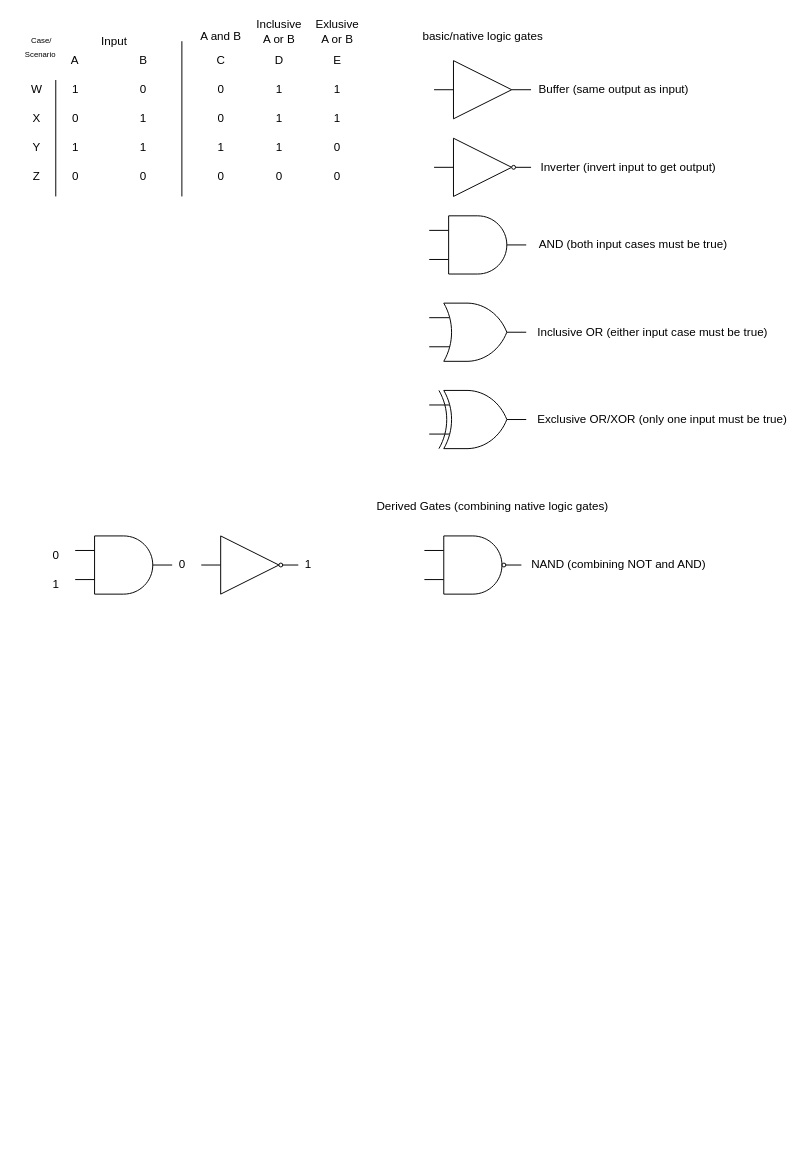
This is CSCS1200 Notes.drawio from patrick965/CSCS1200S21, a draw.io file, before an edit. Source tidied: cells renumbered, new cells numbered last; positions are measured from the earlier drawing's top-left corner, leaving out a move shared by most shapes. Both pictures are drawn from the tidied source at 97%, with x=0, y=0 at pixel (16, 16).
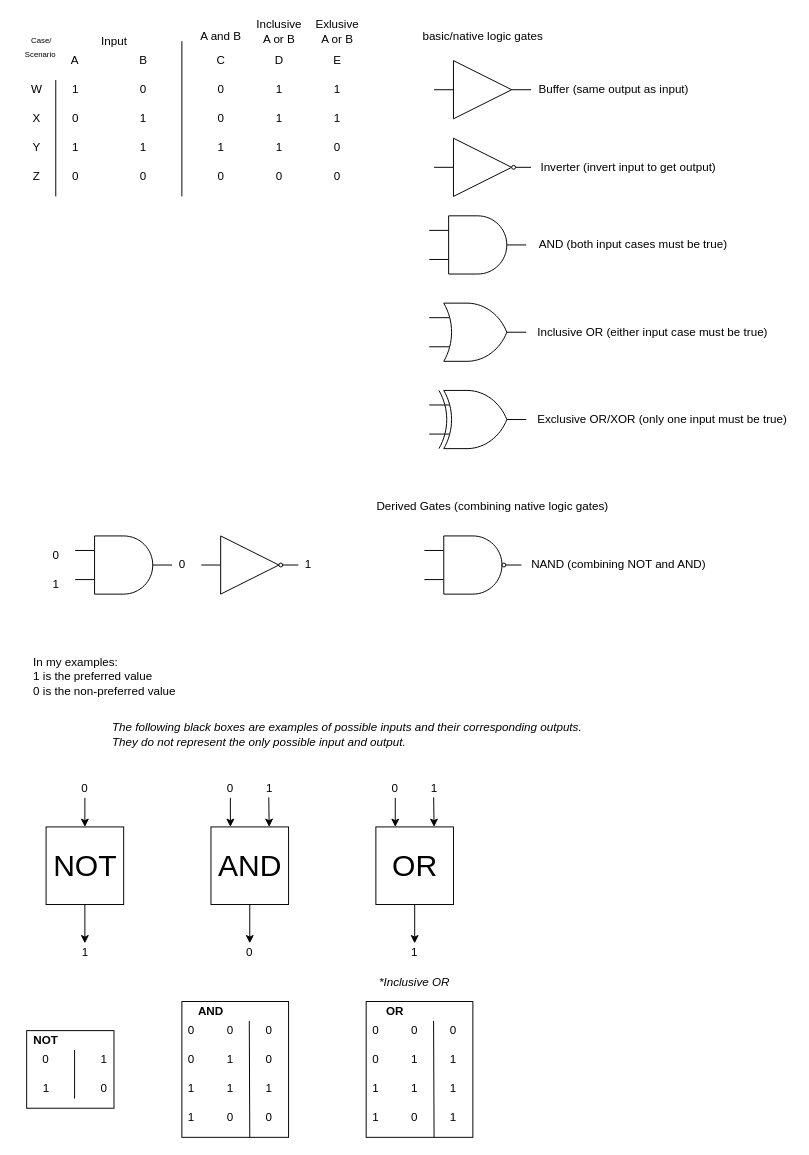
The same page after the edit.

Commit message:
Added black box and truth tables for 02/15/21 demo

Diff of the diagram source:
```diff
@@
+    <mxCell id="58" style="rounded=0;whiteSpace=wrap;html=1;" parent="1" vertex="1">
+      <mxGeometry x="10" y="1045" width="90" height="80" as="geometry" />
+    </mxCell>
+    <mxCell id="59" style="rounded=0;whiteSpace=wrap;html=1;" parent="1" vertex="1">
+      <mxGeometry x="170" y="1015" width="110" height="140" as="geometry" />
+    </mxCell>
+    <mxCell id="60" value="0" style="text;html=1;strokeColor=none;fillColor=none;align=center;verticalAlign=middle;whiteSpace=wrap;rounded=0;" parent="1" vertex="1">
+      <mxGeometry x="200" y="1125" width="40" height="20" as="geometry" />
+    </mxCell>
+    <mxCell id="61" style="whiteSpace=wrap;html=1;" parent="1" vertex="1">
+      <mxGeometry x="30" y="835" width="80" height="80" as="geometry" />
+    </mxCell>
@@
+    <mxCell id="62" value="&lt;font style=&quot;font-size: 31px&quot;&gt;NOT&lt;/font&gt;" style="text;html=1;align=center;verticalAlign=middle;" parent="1" vertex="1">
+      <mxGeometry x="30" y="860" width="80" height="30" as="geometry" />
+    </mxCell>
+    <mxCell id="63" value="&lt;div style=&quot;text-align: left&quot;&gt;&lt;span&gt;In my examples:&lt;/span&gt;&lt;/div&gt;&lt;div style=&quot;text-align: left&quot;&gt;&lt;span&gt;1 is the preferred value&lt;/span&gt;&lt;/div&gt;0 is the non-preferred value" style="text;html=1;align=center;verticalAlign=middle;" parent="1" vertex="1">
+      <mxGeometry x="10" y="655" width="160" height="50" as="geometry" />
+    </mxCell>
+    <mxCell id="64" value="0" style="text;html=1;strokeColor=none;fillColor=none;align=center;verticalAlign=middle;whiteSpace=wrap;rounded=0;" parent="1" vertex="1">
+      <mxGeometry x="50" y="785" width="40" height="20" as="geometry" />
+    </mxCell>
+    <mxCell id="65" style="endArrow=classic;html=1;exitX=0.5;exitY=1;exitDx=0;exitDy=0;entryX=0.5;entryY=0;entryDx=0;entryDy=0;" parent="1" edge="1" source="64" target="61">
+      <mxGeometry relative="1" as="geometry" />
+    </mxCell>
+    <mxCell id="66" style="endArrow=classic;html=1;exitX=0.5;exitY=1;exitDx=0;exitDy=0;" parent="1" edge="1" source="61">
+      <mxGeometry relative="1" as="geometry">
+        <mxPoint x="70" y="955" as="targetPoint" />
+      </mxGeometry>
+    </mxCell>
+    <mxCell id="67" value="1" style="text;html=1;align=center;verticalAlign=middle;" parent="1" vertex="1">
+      <mxGeometry x="60" y="955" width="20" height="20" as="geometry" />
+    </mxCell>
+    <mxCell id="68" style="whiteSpace=wrap;html=1;" parent="1" vertex="1">
+      <mxGeometry x="200" y="835" width="80" height="80" as="geometry" />
+    </mxCell>
+    <mxCell id="69" value="&lt;font style=&quot;font-size: 31px&quot;&gt;AND&lt;/font&gt;" style="text;html=1;align=center;verticalAlign=middle;" parent="1" vertex="1">
+      <mxGeometry x="200" y="860" width="80" height="30" as="geometry" />
+    </mxCell>
+    <mxCell id="70" value="0" style="text;html=1;strokeColor=none;fillColor=none;align=center;verticalAlign=middle;whiteSpace=wrap;rounded=0;" parent="1" vertex="1">
+      <mxGeometry x="200" y="785" width="40" height="20" as="geometry" />
+    </mxCell>
+    <mxCell id="71" value="1" style="text;html=1;align=center;verticalAlign=middle;points=[];" parent="1" vertex="1">
+      <mxGeometry x="250" y="785" width="20" height="20" as="geometry" />
+    </mxCell>
+    <mxCell id="72" style="endArrow=classic;html=1;exitX=0.5;exitY=1;exitDx=0;exitDy=0;entryX=0.25;entryY=0;entryDx=0;entryDy=0;" parent="1" edge="1" source="70" target="68">
+      <mxGeometry relative="1" as="geometry" />
+    </mxCell>
+    <mxCell id="73" style="endArrow=classic;html=1;exitX=0.479;exitY=0.979;exitDx=0;exitDy=0;exitPerimeter=0;entryX=0.75;entryY=0;entryDx=0;entryDy=0;" parent="1" edge="1" source="71" target="68">
+      <mxGeometry relative="1" as="geometry" />
+    </mxCell>
+    <mxCell id="74" style="endArrow=classic;html=1;exitX=0.5;exitY=1;exitDx=0;exitDy=0;" parent="1" edge="1" source="68">
+      <mxGeometry relative="1" as="geometry">
+        <mxPoint x="240" y="955" as="targetPoint" />
+      </mxGeometry>
+    </mxCell>
+    <mxCell id="75" value="0" style="text;html=1;strokeColor=none;fillColor=none;align=center;verticalAlign=middle;whiteSpace=wrap;rounded=0;" parent="1" vertex="1">
+      <mxGeometry x="220" y="955" width="40" height="20" as="geometry" />
+    </mxCell>
+    <mxCell id="76" style="whiteSpace=wrap;html=1;" parent="1" vertex="1">
+      <mxGeometry x="370" y="835" width="80" height="80" as="geometry" />
+    </mxCell>
+    <mxCell id="77" value="&lt;font style=&quot;font-size: 31px&quot;&gt;OR&lt;/font&gt;" style="text;html=1;align=center;verticalAlign=middle;" parent="1" vertex="1">
+      <mxGeometry x="380" y="860" width="60" height="30" as="geometry" />
+    </mxCell>
+    <mxCell id="78" value="0" style="text;html=1;strokeColor=none;fillColor=none;align=center;verticalAlign=middle;whiteSpace=wrap;rounded=0;" parent="1" vertex="1">
+      <mxGeometry x="370" y="785" width="40" height="20" as="geometry" />
+    </mxCell>
+    <mxCell id="79" value="1" style="text;html=1;align=center;verticalAlign=middle;points=[];" parent="1" vertex="1">
+      <mxGeometry x="420" y="785" width="20" height="20" as="geometry" />
+    </mxCell>
+    <mxCell id="80" style="endArrow=classic;html=1;exitX=0.5;exitY=1;exitDx=0;exitDy=0;entryX=0.25;entryY=0;entryDx=0;entryDy=0;" parent="1" edge="1" source="78" target="76">
+      <mxGeometry relative="1" as="geometry" />
+    </mxCell>
+    <mxCell id="81" style="endArrow=classic;html=1;exitX=0.479;exitY=0.979;exitDx=0;exitDy=0;exitPerimeter=0;entryX=0.75;entryY=0;entryDx=0;entryDy=0;" parent="1" edge="1" source="79" target="76">
+      <mxGeometry relative="1" as="geometry" />
+    </mxCell>
+    <mxCell id="82" style="endArrow=classic;html=1;exitX=0.5;exitY=1;exitDx=0;exitDy=0;" parent="1" edge="1" source="76">
+      <mxGeometry relative="1" as="geometry">
+        <mxPoint x="410" y="955" as="targetPoint" />
+      </mxGeometry>
+    </mxCell>
+    <mxCell id="83" value="1" style="text;html=1;strokeColor=none;fillColor=none;align=center;verticalAlign=middle;whiteSpace=wrap;rounded=0;" parent="1" vertex="1">
+      <mxGeometry x="390" y="955" width="40" height="20" as="geometry" />
+    </mxCell>
+    <mxCell id="84" value="&lt;div style=&quot;text-align: left&quot;&gt;&lt;i&gt;The following black boxes are examples of possible inputs and&amp;nbsp;&lt;/i&gt;&lt;i&gt;their corresponding outputs.&lt;/i&gt;&lt;/div&gt;&lt;i&gt;&lt;div style=&quot;text-align: left&quot;&gt;&lt;i&gt;They do not represent the only possible input and output.&lt;/i&gt;&lt;/div&gt;&lt;/i&gt;" style="text;html=1;align=center;verticalAlign=middle;" parent="1" vertex="1">
+      <mxGeometry x="90" y="725" width="500" height="30" as="geometry" />
+    </mxCell>
+    <mxCell id="85" value="0" style="text;html=1;strokeColor=none;fillColor=none;align=center;verticalAlign=middle;whiteSpace=wrap;rounded=0;" parent="1" vertex="1">
+      <mxGeometry x="10" y="1065" width="40" height="20" as="geometry" />
+    </mxCell>
+    <mxCell id="86" style="endArrow=none;html=1;" parent="1" edge="1">
+      <mxGeometry relative="1" as="geometry">
+        <mxPoint x="59.4" y="1065" as="sourcePoint" />
+        <mxPoint x="59.4" y="1115" as="targetPoint" />
+      </mxGeometry>
+    </mxCell>
+    <mxCell id="87" value="&lt;b&gt;NOT&lt;/b&gt;" style="text;html=1;strokeColor=none;fillColor=none;align=center;verticalAlign=middle;whiteSpace=wrap;rounded=0;" parent="1" vertex="1">
+      <mxGeometry x="10" y="1045" width="40" height="20" as="geometry" />
+    </mxCell>
+    <mxCell id="88" value="1" style="text;html=1;strokeColor=none;fillColor=none;align=center;verticalAlign=middle;whiteSpace=wrap;rounded=0;" parent="1" vertex="1">
+      <mxGeometry x="70" y="1065" width="40" height="20" as="geometry" />
+    </mxCell>
+    <mxCell id="89" value="1" style="text;html=1;align=center;verticalAlign=middle;" parent="1" vertex="1">
+      <mxGeometry x="20" y="1095" width="20" height="20" as="geometry" />
+    </mxCell>
+    <mxCell id="90" value="0" style="text;html=1;strokeColor=none;fillColor=none;align=center;verticalAlign=middle;whiteSpace=wrap;rounded=0;" parent="1" vertex="1">
+      <mxGeometry x="70" y="1095" width="40" height="20" as="geometry" />
+    </mxCell>
+    <mxCell id="91" value="0" style="text;html=1;strokeColor=none;fillColor=none;align=center;verticalAlign=middle;whiteSpace=wrap;rounded=0;" parent="1" vertex="1">
+      <mxGeometry x="160" y="1035" width="40" height="20" as="geometry" />
+    </mxCell>
+    <mxCell id="92" value="0" style="text;html=1;strokeColor=none;fillColor=none;align=center;verticalAlign=middle;whiteSpace=wrap;rounded=0;" parent="1" vertex="1">
+      <mxGeometry x="200" y="1035" width="40" height="20" as="geometry" />
+    </mxCell>
+    <mxCell id="93" style="endArrow=none;html=1;" parent="1" edge="1">
+      <mxGeometry relative="1" as="geometry">
+        <mxPoint x="239.5" y="1035" as="sourcePoint" />
+        <mxPoint x="240" y="1155" as="targetPoint" />
+      </mxGeometry>
+    </mxCell>
+    <mxCell id="94" value="&lt;b&gt;AND&lt;/b&gt;" style="text;html=1;strokeColor=none;fillColor=none;align=center;verticalAlign=middle;whiteSpace=wrap;rounded=0;" parent="1" vertex="1">
+      <mxGeometry x="180" y="1015" width="40" height="20" as="geometry" />
+    </mxCell>
+    <mxCell id="95" value="0" style="text;html=1;strokeColor=none;fillColor=none;align=center;verticalAlign=middle;whiteSpace=wrap;rounded=0;" parent="1" vertex="1">
+      <mxGeometry x="240" y="1035" width="40" height="20" as="geometry" />
+    </mxCell>
+    <mxCell id="96" value="1" style="text;html=1;strokeColor=none;fillColor=none;align=center;verticalAlign=middle;whiteSpace=wrap;rounded=0;" parent="1" vertex="1">
+      <mxGeometry x="200" y="1065" width="40" height="20" as="geometry" />
+    </mxCell>
+    <mxCell id="97" value="0" style="text;html=1;strokeColor=none;fillColor=none;align=center;verticalAlign=middle;whiteSpace=wrap;rounded=0;" parent="1" vertex="1">
+      <mxGeometry x="160" y="1065" width="40" height="20" as="geometry" />
+    </mxCell>
+    <mxCell id="98" value="0" style="text;html=1;strokeColor=none;fillColor=none;align=center;verticalAlign=middle;whiteSpace=wrap;rounded=0;" parent="1" vertex="1">
+      <mxGeometry x="240" y="1065" width="40" height="20" as="geometry" />
+    </mxCell>
+    <mxCell id="99" value="1" style="text;html=1;strokeColor=none;fillColor=none;align=center;verticalAlign=middle;whiteSpace=wrap;rounded=0;" parent="1" vertex="1">
+      <mxGeometry x="200" y="1095" width="40" height="20" as="geometry" />
+    </mxCell>
+    <mxCell id="100" value="1" style="text;html=1;strokeColor=none;fillColor=none;align=center;verticalAlign=middle;whiteSpace=wrap;rounded=0;" parent="1" vertex="1">
+      <mxGeometry x="160" y="1095" width="40" height="20" as="geometry" />
+    </mxCell>
+    <mxCell id="101" value="1" style="text;html=1;strokeColor=none;fillColor=none;align=center;verticalAlign=middle;whiteSpace=wrap;rounded=0;" parent="1" vertex="1">
+      <mxGeometry x="240" y="1095" width="40" height="20" as="geometry" />
+    </mxCell>
+    <mxCell id="102" value="1" style="text;html=1;strokeColor=none;fillColor=none;align=center;verticalAlign=middle;whiteSpace=wrap;rounded=0;" parent="1" vertex="1">
+      <mxGeometry x="160" y="1125" width="40" height="20" as="geometry" />
+    </mxCell>
+    <mxCell id="103" value="0" style="text;html=1;strokeColor=none;fillColor=none;align=center;verticalAlign=middle;whiteSpace=wrap;rounded=0;" parent="1" vertex="1">
+      <mxGeometry x="240" y="1125" width="40" height="20" as="geometry" />
+    </mxCell>
+    <mxCell id="104" style="rounded=0;whiteSpace=wrap;html=1;" parent="1" vertex="1">
+      <mxGeometry x="360" y="1015" width="110" height="140" as="geometry" />
+    </mxCell>
+    <mxCell id="105" value="0" style="text;html=1;strokeColor=none;fillColor=none;align=center;verticalAlign=middle;whiteSpace=wrap;rounded=0;" parent="1" vertex="1">
+      <mxGeometry x="390" y="1125" width="40" height="20" as="geometry" />
+    </mxCell>
+    <mxCell id="106" value="0" style="text;html=1;strokeColor=none;fillColor=none;align=center;verticalAlign=middle;whiteSpace=wrap;rounded=0;" parent="1" vertex="1">
+      <mxGeometry x="350" y="1035" width="40" height="20" as="geometry" />
+    </mxCell>
+    <mxCell id="107" value="0" style="text;html=1;strokeColor=none;fillColor=none;align=center;verticalAlign=middle;whiteSpace=wrap;rounded=0;" parent="1" vertex="1">
+      <mxGeometry x="390" y="1035" width="40" height="20" as="geometry" />
+    </mxCell>
+    <mxCell id="108" style="endArrow=none;html=1;" parent="1" edge="1">
+      <mxGeometry relative="1" as="geometry">
+        <mxPoint x="429.5" y="1035" as="sourcePoint" />
+        <mxPoint x="430" y="1155" as="targetPoint" />
+      </mxGeometry>
+    </mxCell>
+    <mxCell id="109" value="&lt;b&gt;OR&lt;/b&gt;" style="text;html=1;strokeColor=none;fillColor=none;align=center;verticalAlign=middle;whiteSpace=wrap;rounded=0;" parent="1" vertex="1">
+      <mxGeometry x="370" y="1015" width="40" height="20" as="geometry" />
+    </mxCell>
+    <mxCell id="110" value="0" style="text;html=1;strokeColor=none;fillColor=none;align=center;verticalAlign=middle;whiteSpace=wrap;rounded=0;" parent="1" vertex="1">
+      <mxGeometry x="430" y="1035" width="40" height="20" as="geometry" />
+    </mxCell>
+    <mxCell id="111" value="1" style="text;html=1;strokeColor=none;fillColor=none;align=center;verticalAlign=middle;whiteSpace=wrap;rounded=0;" parent="1" vertex="1">
+      <mxGeometry x="390" y="1065" width="40" height="20" as="geometry" />
+    </mxCell>
+    <mxCell id="112" value="0" style="text;html=1;strokeColor=none;fillColor=none;align=center;verticalAlign=middle;whiteSpace=wrap;rounded=0;" parent="1" vertex="1">
+      <mxGeometry x="350" y="1065" width="40" height="20" as="geometry" />
+    </mxCell>
+    <mxCell id="113" value="1" style="text;html=1;strokeColor=none;fillColor=none;align=center;verticalAlign=middle;whiteSpace=wrap;rounded=0;" parent="1" vertex="1">
+      <mxGeometry x="430" y="1065" width="40" height="20" as="geometry" />
+    </mxCell>
+    <mxCell id="114" value="1" style="text;html=1;strokeColor=none;fillColor=none;align=center;verticalAlign=middle;whiteSpace=wrap;rounded=0;" parent="1" vertex="1">
+      <mxGeometry x="390" y="1095" width="40" height="20" as="geometry" />
+    </mxCell>
+    <mxCell id="115" value="1" style="text;html=1;strokeColor=none;fillColor=none;align=center;verticalAlign=middle;whiteSpace=wrap;rounded=0;" parent="1" vertex="1">
+      <mxGeometry x="350" y="1095" width="40" height="20" as="geometry" />
+    </mxCell>
+    <mxCell id="116" value="1" style="text;html=1;strokeColor=none;fillColor=none;align=center;verticalAlign=middle;whiteSpace=wrap;rounded=0;" parent="1" vertex="1">
+      <mxGeometry x="430" y="1095" width="40" height="20" as="geometry" />
+    </mxCell>
+    <mxCell id="117" value="1" style="text;html=1;strokeColor=none;fillColor=none;align=center;verticalAlign=middle;whiteSpace=wrap;rounded=0;" parent="1" vertex="1">
+      <mxGeometry x="350" y="1125" width="40" height="20" as="geometry" />
+    </mxCell>
+    <mxCell id="118" value="1" style="text;html=1;strokeColor=none;fillColor=none;align=center;verticalAlign=middle;whiteSpace=wrap;rounded=0;" parent="1" vertex="1">
+      <mxGeometry x="430" y="1125" width="40" height="20" as="geometry" />
+    </mxCell>
+    <mxCell id="119" value="&lt;i&gt;*Inclusive OR&lt;/i&gt;" style="text;html=1;strokeColor=none;fillColor=none;align=center;verticalAlign=middle;whiteSpace=wrap;rounded=0;" parent="1" vertex="1">
+      <mxGeometry x="365" y="985" width="90" height="20" as="geometry" />
+    </mxCell>
```
